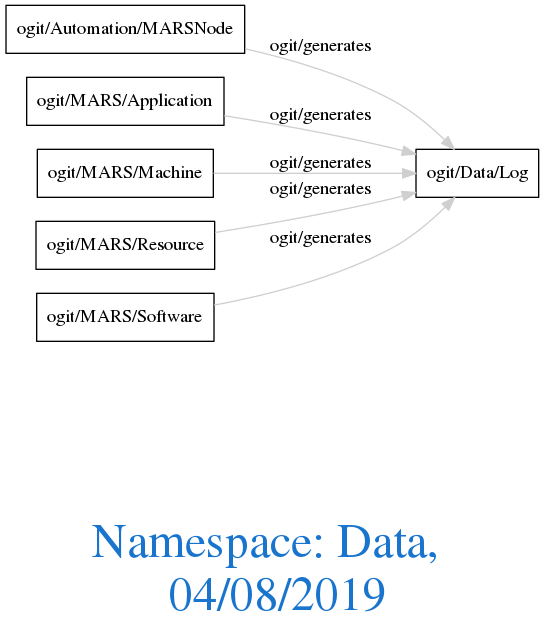
This is downloads/Data.png from arago/OGIT, a Graphviz export, as it was before one commit. Its source is kept beside it as downloads/Data.dot.
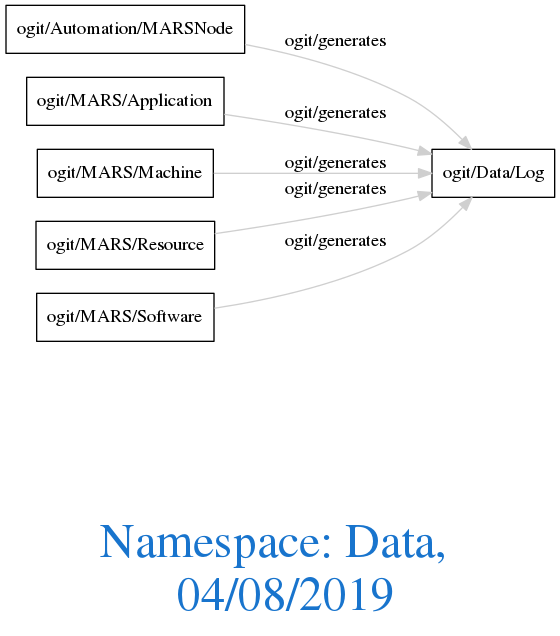
Later version of the same file.

What changed in the source:
```diff
@@ -1,12 +1,13 @@
 digraph OGIT_ontology {
- graph [ rankdir= LR,fontsize = 36,
+ graph [ rankdir= LR,compound=true
+fontsize = 36,
 fontcolor= dodgerblue3,label = "\n\n\nNamespace: Data, \n 04/08/2019"];
 node[shape=polygon];
 edge [  color="gray81"];
 
-   "ogit/Automation/MARSNode" -> "ogit/Data/Log" [label="ogit/generates    "];
-   "ogit/MARS/Application" -> "ogit/Data/Log" [label="ogit/generates    "];
-   "ogit/MARS/Machine" -> "ogit/Data/Log" [label="ogit/generates    "];
-   "ogit/MARS/Resource" -> "ogit/Data/Log" [label="ogit/generates    "];
-   "ogit/MARS/Software" -> "ogit/Data/Log" [label="ogit/generates    "];
+   "ogit/Automation/MARSNode" -> "ogit/Data/Log" [label="   ogit/generates    "];
+   "ogit/MARS/Application" -> "ogit/Data/Log" [label="   ogit/generates    "];
+   "ogit/MARS/Machine" -> "ogit/Data/Log" [label="   ogit/generates    "];
+   "ogit/MARS/Resource" -> "ogit/Data/Log" [label="   ogit/generates    "];
+   "ogit/MARS/Software" -> "ogit/Data/Log" [label="   ogit/generates    "];
 }
```
